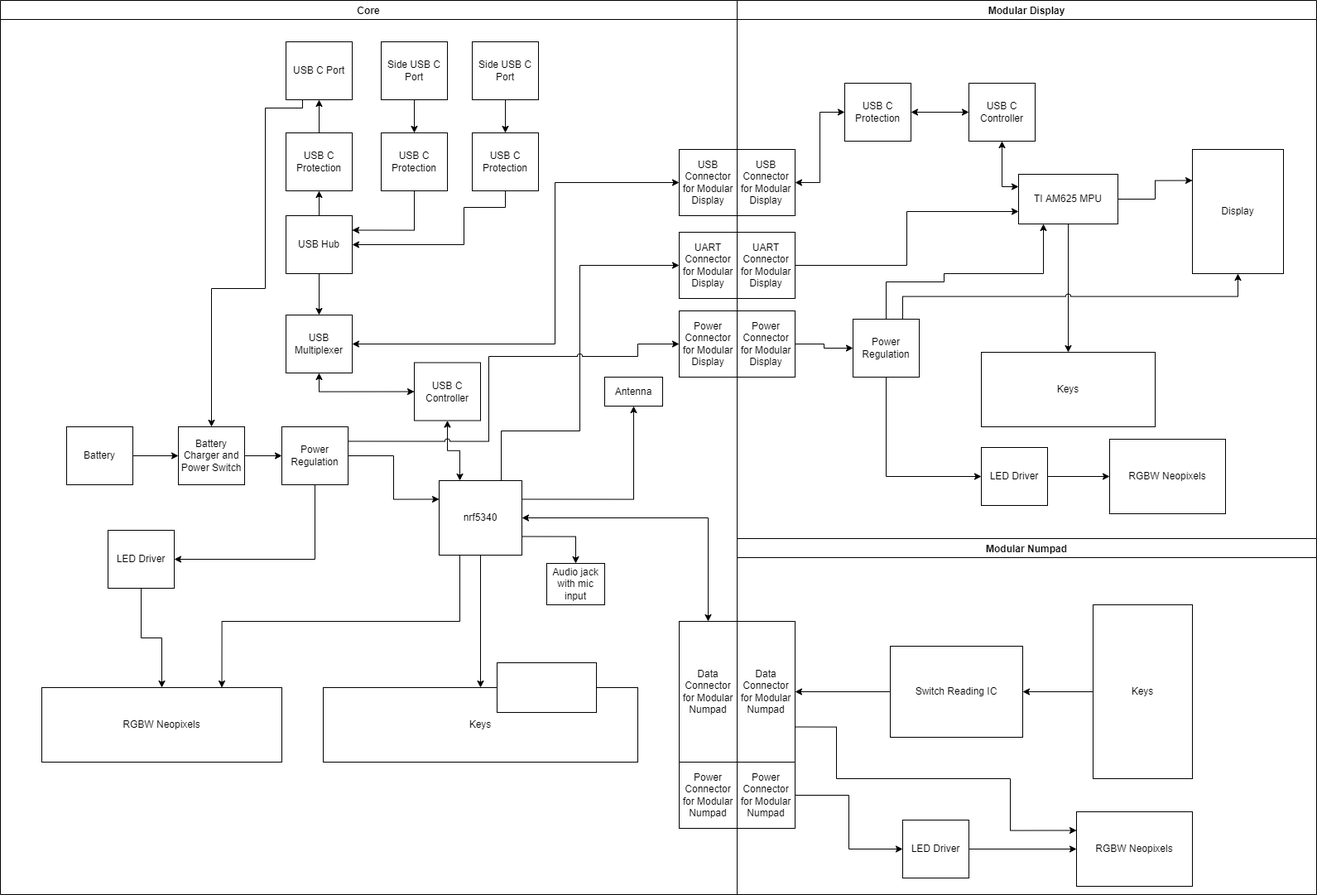
The draw.io diagram Keymaster5000 Functional Block Diagram.png in mrjonny2/KeyMaster5000, before a commit. Source tidied: cells renumbered, new cells last; positions are measured from the earlier drawing's top-left corner, leaving out a move shared by most shapes.
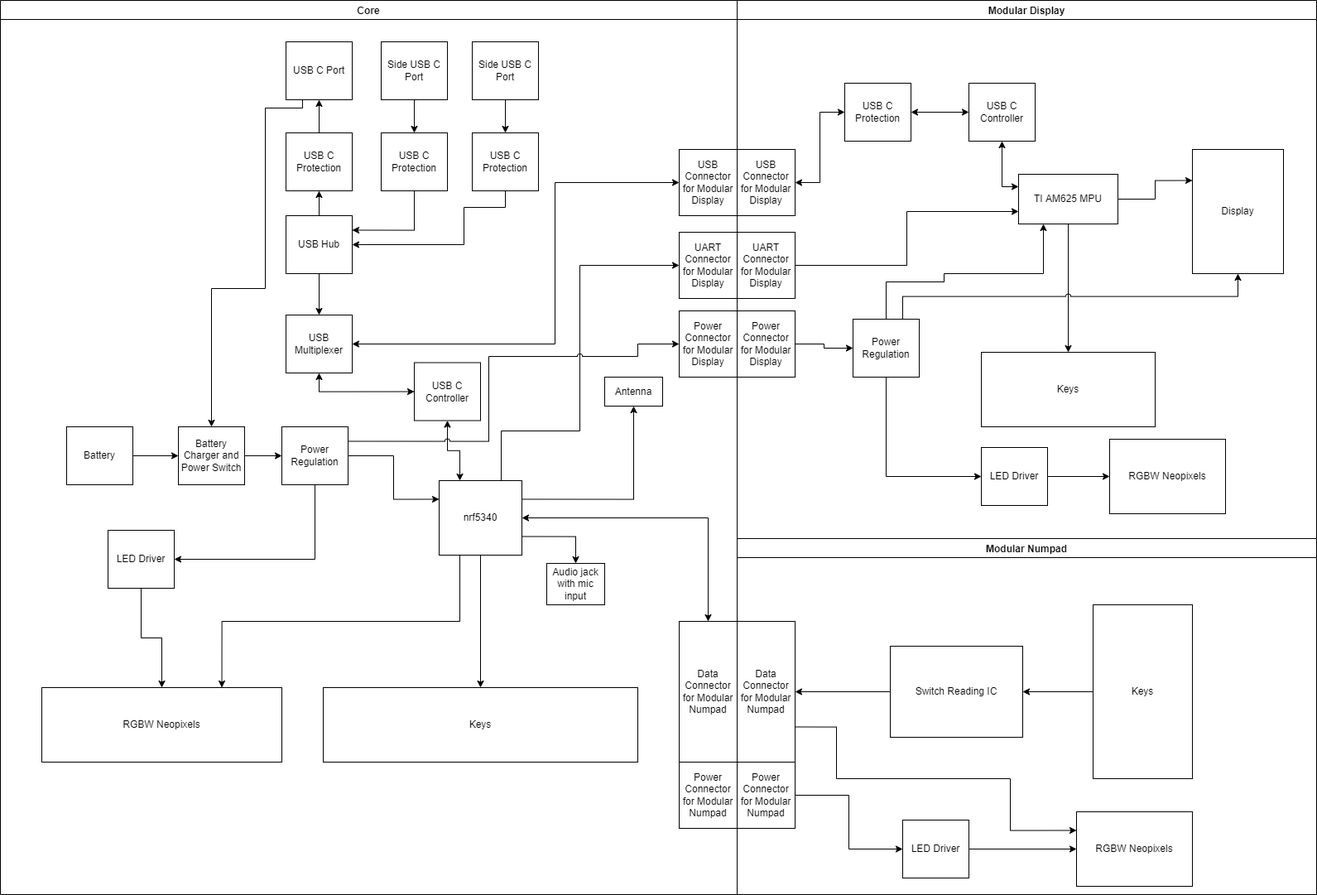
The same diagram one commit later.

Diff of the diagram source:
```diff
@@ -293,9 +293,6 @@
     <mxCell id="83" value="Modular Numpad" style="swimlane;" parent="1" vertex="1">
       <mxGeometry x="890" y="650" width="700" height="430" as="geometry" />
     </mxCell>
-    <mxCell id="84" style="rounded=0;whiteSpace=wrap;html=1;" parent="1" vertex="1">
-      <mxGeometry x="600" y="800" width="120" height="60" as="geometry" />
-    </mxCell>
     <mxCell id="85" value="Core" style="swimlane;" parent="1" vertex="1">
       <mxGeometry width="890" height="1080" as="geometry" />
     </mxCell>
```
